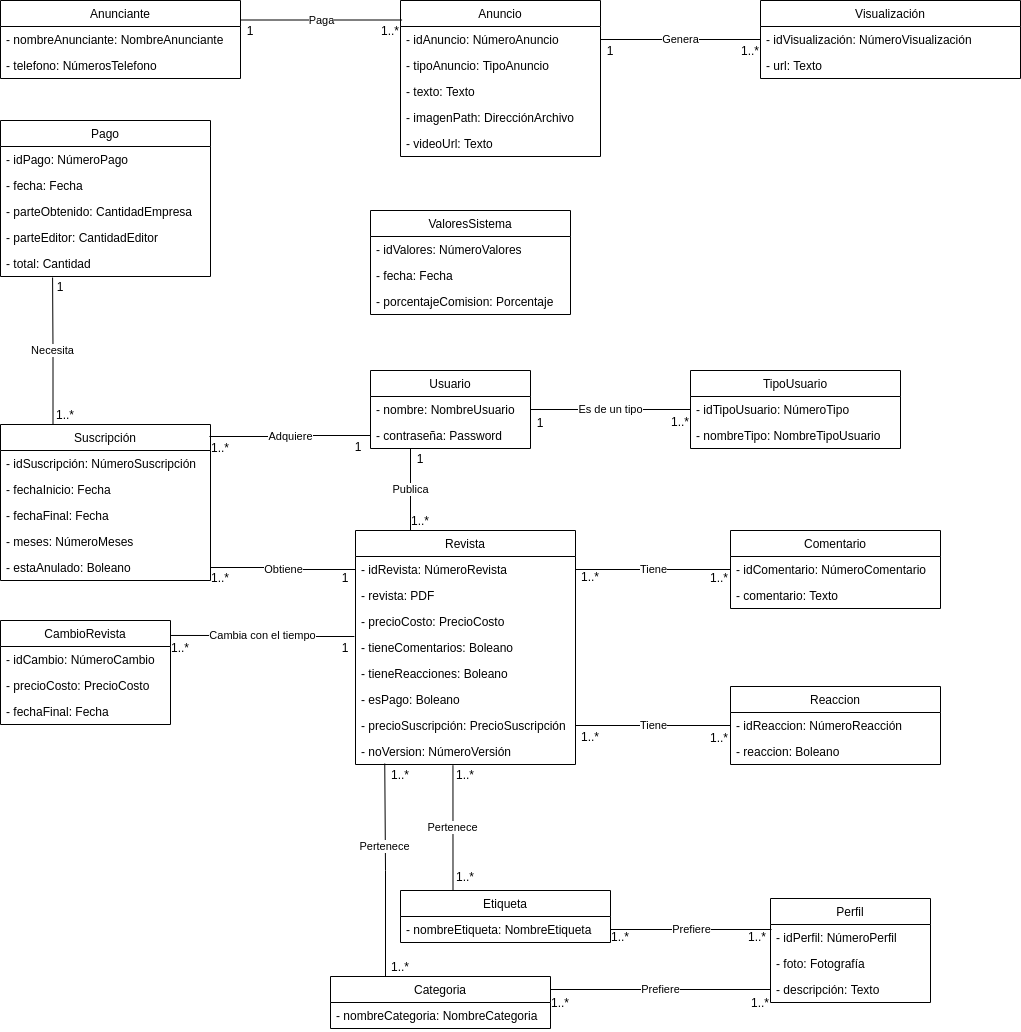
Above: Documentación/ModeloConceptual.drawio.png in Aguare/ProyectoAngular (draw.io), before the change. Source tidied: cells renumbered, new cells last; positions are measured from the earlier drawing's top-left corner, leaving out a move shared by most shapes.
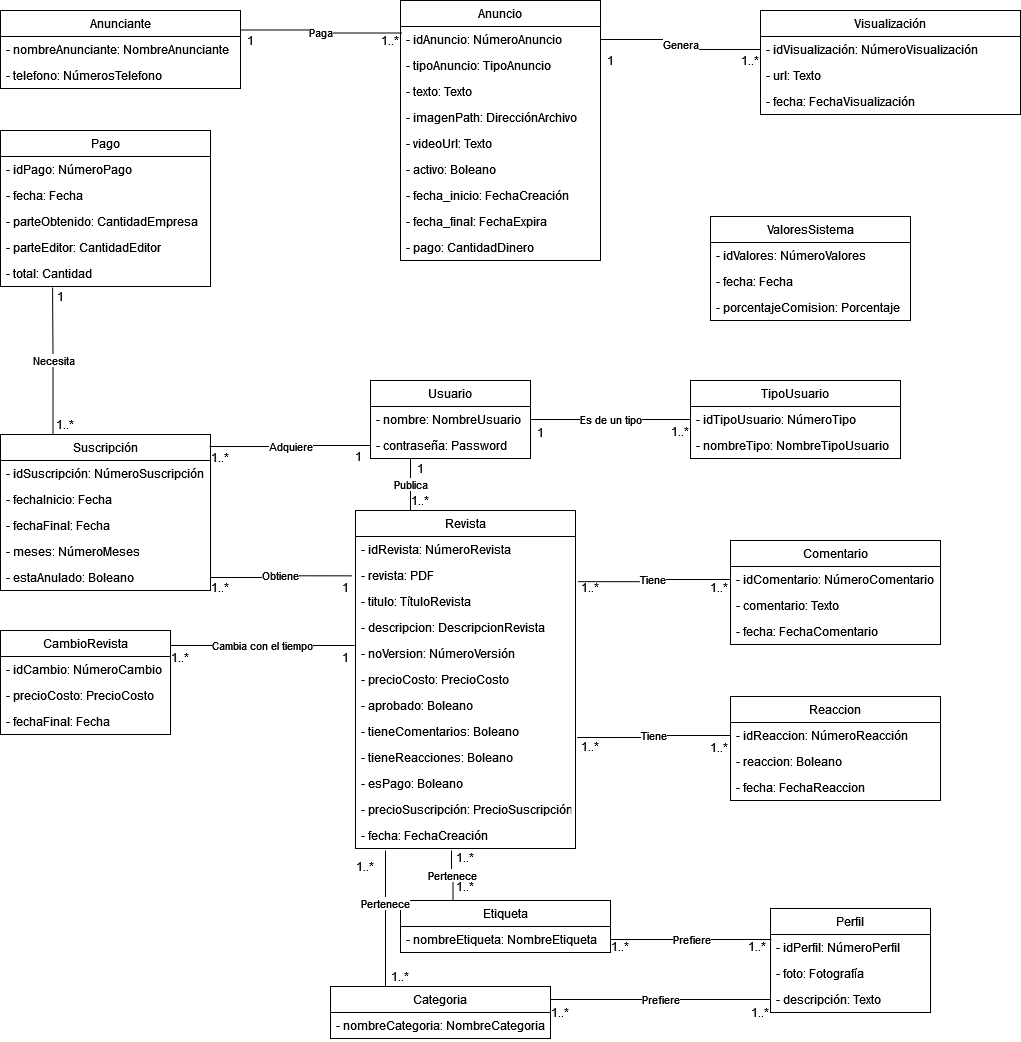
After the commit.

Diff of the diagram source:
```diff
@@ -77,8 +77,10 @@
     <mxCell id="26" value="- total: Cantidad" style="text;strokeColor=none;fillColor=none;align=left;verticalAlign=top;spacingLeft=4;spacingRight=4;overflow=hidden;points=[[0,0.5],[1,0.5]];portConstraint=eastwest;" parent="21" vertex="1">
       <mxGeometry y="130" width="210" height="26" as="geometry" />
     </mxCell>
-    <mxCell id="27" value="Pertenece" style="edgeStyle=orthogonalEdgeStyle;rounded=0;jettySize=auto;html=1;exitX=0.25;exitY=0;exitDx=0;exitDy=0;entryX=0.443;entryY=1.026;entryDx=0;entryDy=0;entryPerimeter=0;endArrow=none;endFill=0;" parent="1" edge="1" source="29" target="53">
-      <mxGeometry relative="1" as="geometry" />
+    <mxCell id="27" value="Pertenece" style="edgeStyle=orthogonalEdgeStyle;rounded=0;jettySize=auto;html=1;exitX=0.25;exitY=0;exitDx=0;exitDy=0;endArrow=none;endFill=0;" parent="1" edge="1" source="29">
+      <mxGeometry relative="1" as="geometry">
+        <mxPoint x="451" y="840" as="targetPoint" />
+      </mxGeometry>
     </mxCell>
     <mxCell id="28" value="Prefiere" style="edgeStyle=orthogonalEdgeStyle;rounded=0;jettySize=auto;html=1;exitX=1;exitY=0.75;exitDx=0;exitDy=0;endArrow=none;endFill=0;" parent="1" edge="1" source="29">
       <mxGeometry relative="1" as="geometry">
@@ -91,8 +93,10 @@
     <mxCell id="30" value="- nombreEtiqueta: NombreEtiqueta" style="text;strokeColor=none;fillColor=none;align=left;verticalAlign=top;spacingLeft=4;spacingRight=4;overflow=hidden;" parent="29" vertex="1">
       <mxGeometry y="26" width="210" height="26" as="geometry" />
     </mxCell>
-    <mxCell id="31" value="Pertenece" style="edgeStyle=orthogonalEdgeStyle;rounded=0;jettySize=auto;html=1;exitX=0.25;exitY=0;exitDx=0;exitDy=0;entryX=0.133;entryY=0.962;entryDx=0;entryDy=0;entryPerimeter=0;endArrow=none;endFill=0;" parent="1" edge="1" source="33" target="53">
-      <mxGeometry x="0.22" relative="1" as="geometry" />
+    <mxCell id="31" value="Pertenece" style="edgeStyle=orthogonalEdgeStyle;rounded=0;jettySize=auto;html=1;exitX=0.25;exitY=0;exitDx=0;exitDy=0;endArrow=none;endFill=0;" parent="1" edge="1" source="33">
+      <mxGeometry x="0.22" relative="1" as="geometry">
+        <mxPoint x="385" y="840" as="targetPoint" />
+      </mxGeometry>
     </mxCell>
     <mxCell id="32" value="Prefiere" style="edgeStyle=orthogonalEdgeStyle;rounded=0;jettySize=auto;html=1;exitX=1;exitY=0.25;exitDx=0;exitDy=0;entryX=0;entryY=0.5;entryDx=0;entryDy=0;endArrow=none;endFill=0;" parent="1" edge="1" source="33" target="12">
       <mxGeometry relative="1" as="geometry" />
@@ -104,7 +108,7 @@
       <mxGeometry y="26" width="220" height="26" as="geometry" />
     </mxCell>
     <mxCell id="35" value="Comentario" style="swimlane;fontStyle=0;horizontal=1;startSize=26;fillColor=none;" parent="1" vertex="1">
-      <mxGeometry x="730" y="530" width="210" height="78" as="geometry" />
+      <mxGeometry x="730" y="530" width="210" height="104" as="geometry" />
     </mxCell>
     <mxCell id="36" value="- idComentario: NúmeroComentario" style="text;strokeColor=none;fillColor=none;align=left;verticalAlign=top;spacingLeft=4;spacingRight=4;overflow=hidden;points=[[0,0.5],[1,0.5]];portConstraint=eastwest;" parent="35" vertex="1">
       <mxGeometry y="26" width="210" height="26" as="geometry" />
@@ -112,8 +116,11 @@
     <mxCell id="37" value="- comentario: Texto" style="text;strokeColor=none;fillColor=none;align=left;verticalAlign=top;spacingLeft=4;spacingRight=4;overflow=hidden;" parent="35" vertex="1">
       <mxGeometry y="52" width="210" height="26" as="geometry" />
     </mxCell>
+    <mxCell id="105" value="- fecha: FechaComentario" style="text;strokeColor=none;fillColor=none;align=left;verticalAlign=top;spacingLeft=4;spacingRight=4;overflow=hidden;" parent="35" vertex="1">
+      <mxGeometry y="78" width="210" height="26" as="geometry" />
+    </mxCell>
     <mxCell id="38" value="Reaccion" style="swimlane;fontStyle=0;horizontal=1;startSize=26;fillColor=none;" parent="1" vertex="1">
-      <mxGeometry x="730" y="686" width="210" height="78" as="geometry" />
+      <mxGeometry x="730" y="686" width="210" height="104" as="geometry" />
     </mxCell>
     <mxCell id="39" value="- idReaccion: NúmeroReacción" style="text;strokeColor=none;fillColor=none;align=left;verticalAlign=top;spacingLeft=4;spacingRight=4;overflow=hidden;points=[[0,0.5],[1,0.5]];portConstraint=eastwest;" parent="38" vertex="1">
       <mxGeometry y="26" width="210" height="26" as="geometry" />
@@ -121,6 +128,9 @@
     <mxCell id="40" value="- reaccion: Boleano" style="text;strokeColor=none;fillColor=none;align=left;verticalAlign=top;spacingLeft=4;spacingRight=4;overflow=hidden;" parent="38" vertex="1">
       <mxGeometry y="52" width="210" height="26" as="geometry" />
     </mxCell>
+    <mxCell id="106" value="- fecha: FechaReaccion" style="text;strokeColor=none;fillColor=none;align=left;verticalAlign=top;spacingLeft=4;spacingRight=4;overflow=hidden;" parent="38" vertex="1">
+      <mxGeometry y="78" width="210" height="26" as="geometry" />
+    </mxCell>
     <mxCell id="41" value="CambioRevista" style="swimlane;fontStyle=0;horizontal=1;startSize=26;fillColor=none;" parent="1" vertex="1">
       <mxGeometry y="620" width="170" height="104" as="geometry" />
     </mxCell>
@@ -134,7 +144,7 @@
       <mxGeometry y="78" width="170" height="26" as="geometry" />
     </mxCell>
     <mxCell id="45" value="Revista" style="swimlane;fontStyle=0;horizontal=1;startSize=26;fillColor=none;" parent="1" vertex="1">
-      <mxGeometry x="355" y="530" width="220" height="234" as="geometry" />
+      <mxGeometry x="355" y="500" width="220" height="338" as="geometry" />
     </mxCell>
     <mxCell id="46" value="- idRevista: NúmeroRevista" style="text;strokeColor=none;fillColor=none;align=left;verticalAlign=top;spacingLeft=4;spacingRight=4;overflow=hidden;points=[[0,0.5],[1,0.5]];portConstraint=eastwest;" parent="45" vertex="1">
       <mxGeometry y="26" width="220" height="26" as="geometry" />
@@ -142,26 +152,38 @@
     <mxCell id="47" value="- revista: PDF" style="text;strokeColor=none;fillColor=none;align=left;verticalAlign=top;spacingLeft=4;spacingRight=4;overflow=hidden;points=[[0,0.5],[1,0.5]];portConstraint=eastwest;" parent="45" vertex="1">
       <mxGeometry y="52" width="220" height="26" as="geometry" />
     </mxCell>
+    <mxCell id="107" value="- titulo: TítuloRevista" style="text;strokeColor=none;fillColor=none;align=left;verticalAlign=top;spacingLeft=4;spacingRight=4;overflow=hidden;" parent="45" vertex="1">
+      <mxGeometry y="78" width="220" height="26" as="geometry" />
+    </mxCell>
+    <mxCell id="108" value="- descripcion: DescripcionRevista" style="text;strokeColor=none;fillColor=none;align=left;verticalAlign=top;spacingLeft=4;spacingRight=4;overflow=hidden;" parent="45" vertex="1">
+      <mxGeometry y="104" width="220" height="26" as="geometry" />
+    </mxCell>
+    <mxCell id="53" value="- noVersion: NúmeroVersión" style="text;strokeColor=none;fillColor=none;align=left;verticalAlign=top;spacingLeft=4;spacingRight=4;overflow=hidden;points=[[0,0.5],[1,0.5]];portConstraint=eastwest;" parent="45" vertex="1">
+      <mxGeometry y="130" width="220" height="26" as="geometry" />
+    </mxCell>
     <mxCell id="48" value="- precioCosto: PrecioCosto" style="text;strokeColor=none;fillColor=none;align=left;verticalAlign=top;spacingLeft=4;spacingRight=4;overflow=hidden;" parent="45" vertex="1">
-      <mxGeometry y="78" width="220" height="26" as="geometry" />
+      <mxGeometry y="156" width="220" height="26" as="geometry" />
     </mxCell>
+    <mxCell id="109" value="- aprobado: Boleano" style="text;strokeColor=none;fillColor=none;align=left;verticalAlign=top;spacingLeft=4;spacingRight=4;overflow=hidden;" parent="45" vertex="1">
+      <mxGeometry y="182" width="220" height="26" as="geometry" />
+    </mxCell>
     <mxCell id="49" value="- tieneComentarios: Boleano" style="text;strokeColor=none;fillColor=none;align=left;verticalAlign=top;spacingLeft=4;spacingRight=4;overflow=hidden;points=[[0,0.5],[1,0.5]];portConstraint=eastwest;" parent="45" vertex="1">
-      <mxGeometry y="104" width="220" height="26" as="geometry" />
+      <mxGeometry y="208" width="220" height="26" as="geometry" />
     </mxCell>
     <mxCell id="50" value="- tieneReacciones: Boleano" style="text;strokeColor=none;fillColor=none;align=left;verticalAlign=top;spacingLeft=4;spacingRight=4;overflow=hidden;" parent="45" vertex="1">
-      <mxGeometry y="130" width="220" height="26" as="geometry" />
+      <mxGeometry y="234" width="220" height="26" as="geometry" />
     </mxCell>
     <mxCell id="51" value="- esPago: Boleano" style="text;strokeColor=none;fillColor=none;align=left;verticalAlign=top;spacingLeft=4;spacingRight=4;overflow=hidden;" parent="45" vertex="1">
-      <mxGeometry y="156" width="220" height="26" as="geometry" />
+      <mxGeometry y="260" width="220" height="26" as="geometry" />
     </mxCell>
     <mxCell id="52" value="- precioSuscripción: PrecioSuscripción" style="text;strokeColor=none;fillColor=none;align=left;verticalAlign=top;spacingLeft=4;spacingRight=4;overflow=hidden;points=[[0,0.5],[1,0.5]];portConstraint=eastwest;" parent="45" vertex="1">
-      <mxGeometry y="182" width="220" height="26" as="geometry" />
+      <mxGeometry y="286" width="220" height="26" as="geometry" />
     </mxCell>
-    <mxCell id="53" value="- noVersion: NúmeroVersión" style="text;strokeColor=none;fillColor=none;align=left;verticalAlign=top;spacingLeft=4;spacingRight=4;overflow=hidden;points=[[0,0.5],[1,0.5]];portConstraint=eastwest;" parent="45" vertex="1">
-      <mxGeometry y="208" width="220" height="26" as="geometry" />
-    </mxCell>
+    <mxCell id="110" value="- fecha: FechaCreación" style="text;strokeColor=none;fillColor=none;align=left;verticalAlign=top;spacingLeft=4;spacingRight=4;overflow=hidden;" parent="45" vertex="1">
+      <mxGeometry y="312" width="220" height="26" as="geometry" />
+    </mxCell>
     <mxCell id="54" value="Visualización" style="swimlane;fontStyle=0;horizontal=1;startSize=26;fillColor=none;" parent="1" vertex="1">
-      <mxGeometry x="760" width="260" height="78" as="geometry" />
+      <mxGeometry x="760" width="260" height="104" as="geometry" />
     </mxCell>
     <mxCell id="55" value="- idVisualización: NúmeroVisualización" style="text;strokeColor=none;fillColor=none;align=left;verticalAlign=top;spacingLeft=4;spacingRight=4;overflow=hidden;points=[[0,0.5],[1,0.5]];portConstraint=eastwest;" parent="54" vertex="1">
       <mxGeometry y="26" width="260" height="26" as="geometry" />
@@ -169,8 +191,11 @@
     <mxCell id="56" value="- url: Texto" style="text;strokeColor=none;fillColor=none;align=left;verticalAlign=top;spacingLeft=4;spacingRight=4;overflow=hidden;" parent="54" vertex="1">
       <mxGeometry y="52" width="260" height="26" as="geometry" />
     </mxCell>
+    <mxCell id="111" value="- fecha: FechaVisualización" style="text;strokeColor=none;fillColor=none;align=left;verticalAlign=top;spacingLeft=4;spacingRight=4;overflow=hidden;" parent="54" vertex="1">
+      <mxGeometry y="78" width="260" height="26" as="geometry" />
+    </mxCell>
     <mxCell id="57" value="ValoresSistema" style="swimlane;fontStyle=0;horizontal=1;startSize=26;fillColor=none;" parent="1" vertex="1">
-      <mxGeometry x="370" y="210" width="200" height="104" as="geometry" />
+      <mxGeometry x="710" y="206" width="200" height="104" as="geometry" />
     </mxCell>
     <mxCell id="58" value="- idValores: NúmeroValores" style="text;strokeColor=none;fillColor=none;align=left;verticalAlign=top;spacingLeft=4;spacingRight=4;overflow=hidden;" parent="57" vertex="1">
       <mxGeometry y="26" width="200" height="26" as="geometry" />
@@ -182,7 +207,7 @@
       <mxGeometry y="78" width="200" height="26" as="geometry" />
     </mxCell>
     <mxCell id="61" value="Anuncio" style="swimlane;fontStyle=0;horizontal=1;startSize=26;fillColor=none;" parent="1" vertex="1">
-      <mxGeometry x="400" width="200" height="156" as="geometry" />
+      <mxGeometry x="400" y="-10" width="200" height="260" as="geometry" />
     </mxCell>
     <mxCell id="62" value="- idAnuncio: NúmeroAnuncio" style="text;strokeColor=none;fillColor=none;align=left;verticalAlign=top;spacingLeft=4;spacingRight=4;overflow=hidden;points=[[0,0.5],[1,0.5]];portConstraint=eastwest;" parent="61" vertex="1">
       <mxGeometry y="26" width="200" height="26" as="geometry" />
@@ -199,6 +224,18 @@
     <mxCell id="66" value="- videoUrl: Texto" style="text;strokeColor=none;fillColor=none;align=left;verticalAlign=top;spacingLeft=4;spacingRight=4;overflow=hidden;" parent="61" vertex="1">
       <mxGeometry y="130" width="200" height="26" as="geometry" />
     </mxCell>
+    <mxCell id="112" value="- activo: Boleano" style="text;strokeColor=none;fillColor=none;align=left;verticalAlign=top;spacingLeft=4;spacingRight=4;overflow=hidden;" parent="61" vertex="1">
+      <mxGeometry y="156" width="200" height="26" as="geometry" />
+    </mxCell>
+    <mxCell id="113" value="- fecha_inicio: FechaCreación" style="text;strokeColor=none;fillColor=none;align=left;verticalAlign=top;spacingLeft=4;spacingRight=4;overflow=hidden;" parent="61" vertex="1">
+      <mxGeometry y="182" width="200" height="26" as="geometry" />
+    </mxCell>
+    <mxCell id="114" value="- fecha_final: FechaExpira" style="text;strokeColor=none;fillColor=none;align=left;verticalAlign=top;spacingLeft=4;spacingRight=4;overflow=hidden;" parent="61" vertex="1">
+      <mxGeometry y="208" width="200" height="26" as="geometry" />
+    </mxCell>
+    <mxCell id="115" value="- pago: CantidadDinero" style="text;strokeColor=none;fillColor=none;align=left;verticalAlign=top;spacingLeft=4;spacingRight=4;overflow=hidden;" parent="61" vertex="1">
+      <mxGeometry y="234" width="200" height="26" as="geometry" />
+    </mxCell>
     <mxCell id="67" value="Paga" style="edgeStyle=orthogonalEdgeStyle;rounded=0;jettySize=auto;html=1;exitX=1;exitY=0.25;exitDx=0;exitDy=0;entryX=0.008;entryY=0.125;entryDx=0;entryDy=0;entryPerimeter=0;endArrow=none;endFill=0;" parent="1" edge="1" source="68" target="61">
       <mxGeometry relative="1" as="geometry" />
     </mxCell>
@@ -220,14 +257,14 @@
     <mxCell id="73" value="1..*" style="text;align=center;fontStyle=0;verticalAlign=middle;spacingLeft=3;spacingRight=3;strokeColor=none;" parent="1" vertex="1">
       <mxGeometry x="670" y="411" width="20" height="20" as="geometry" />
     </mxCell>
-    <mxCell id="74" value="Tiene" style="edgeStyle=orthogonalEdgeStyle;rounded=0;jettySize=auto;html=1;exitX=1;exitY=0.5;exitDx=0;exitDy=0;entryX=0;entryY=0.5;entryDx=0;entryDy=0;endArrow=none;endFill=0;" parent="1" edge="1" source="46" target="36">
+    <mxCell id="74" value="Tiene" style="edgeStyle=orthogonalEdgeStyle;rounded=0;jettySize=auto;html=1;exitX=1.011;exitY=0.737;exitDx=0;exitDy=0;entryX=0;entryY=0.5;entryDx=0;entryDy=0;endArrow=none;endFill=0;exitPerimeter=0;" parent="1" edge="1" source="47" target="36">
       <mxGeometry relative="1" as="geometry" />
     </mxCell>
-    <mxCell id="75" value="Tiene" style="edgeStyle=orthogonalEdgeStyle;rounded=0;jettySize=auto;html=1;exitX=1;exitY=0.5;exitDx=0;exitDy=0;entryX=0;entryY=0.5;entryDx=0;entryDy=0;endArrow=none;endFill=0;" parent="1" edge="1" source="52" target="39">
+    <mxCell id="75" value="Tiene" style="edgeStyle=orthogonalEdgeStyle;rounded=0;jettySize=auto;html=1;exitX=1.008;exitY=0.731;exitDx=0;exitDy=0;entryX=0;entryY=0.5;entryDx=0;entryDy=0;endArrow=none;endFill=0;exitPerimeter=0;" parent="1" edge="1" source="49" target="39">
       <mxGeometry relative="1" as="geometry" />
     </mxCell>
     <mxCell id="76" value="1..*" style="text;align=center;fontStyle=0;verticalAlign=middle;spacingLeft=3;spacingRight=3;strokeColor=none;" parent="1" vertex="1">
-      <mxGeometry x="580" y="566" width="20" height="20" as="geometry" />
+      <mxGeometry x="580" y="567" width="20" height="20" as="geometry" />
     </mxCell>
     <mxCell id="77" value="1..*" style="text;align=center;fontStyle=0;verticalAlign=middle;spacingLeft=3;spacingRight=3;strokeColor=none;" parent="1" vertex="1">
       <mxGeometry x="709" y="567" width="20" height="20" as="geometry" />
@@ -242,16 +279,16 @@
       <mxGeometry x="410" y="448" width="20" height="20" as="geometry" />
     </mxCell>
     <mxCell id="81" value="1..*" style="text;align=center;fontStyle=0;verticalAlign=middle;spacingLeft=3;spacingRight=3;strokeColor=none;" parent="1" vertex="1">
-      <mxGeometry x="410" y="510" width="20" height="20" as="geometry" />
+      <mxGeometry x="410" y="480" width="20" height="20" as="geometry" />
     </mxCell>
     <mxCell id="82" value="1..*" style="text;align=center;fontStyle=0;verticalAlign=middle;spacingLeft=3;spacingRight=3;strokeColor=none;" parent="1" vertex="1">
-      <mxGeometry x="390" y="764" width="20" height="20" as="geometry" />
+      <mxGeometry x="355" y="846" width="20" height="20" as="geometry" />
     </mxCell>
     <mxCell id="83" value="1..*" style="text;align=center;fontStyle=0;verticalAlign=middle;spacingLeft=3;spacingRight=3;strokeColor=none;" parent="1" vertex="1">
       <mxGeometry x="455" y="866" width="20" height="20" as="geometry" />
     </mxCell>
     <mxCell id="84" value="1..*" style="text;align=center;fontStyle=0;verticalAlign=middle;spacingLeft=3;spacingRight=3;strokeColor=none;" parent="1" vertex="1">
-      <mxGeometry x="455" y="764" width="20" height="20" as="geometry" />
+      <mxGeometry x="455" y="837" width="20" height="20" as="geometry" />
     </mxCell>
     <mxCell id="85" value="1..*" style="text;align=center;fontStyle=0;verticalAlign=middle;spacingLeft=3;spacingRight=3;strokeColor=none;" parent="1" vertex="1">
       <mxGeometry x="390" y="956" width="20" height="20" as="geometry" />
@@ -283,8 +320,13 @@
     <mxCell id="94" value="1..*" style="text;align=center;fontStyle=0;verticalAlign=middle;spacingLeft=3;spacingRight=3;strokeColor=none;" parent="1" vertex="1">
       <mxGeometry x="740" y="40" width="20" height="20" as="geometry" />
     </mxCell>
-    <mxCell id="95" value="Cambia con el tiempo" style="edgeStyle=orthogonalEdgeStyle;rounded=0;jettySize=auto;html=1;exitX=1;exitY=0.144;exitDx=0;exitDy=0;entryX=-0.005;entryY=0.077;entryDx=0;entryDy=0;endArrow=none;endFill=0;exitPerimeter=0;entryPerimeter=0;" parent="1" edge="1" source="41" target="49">
-      <mxGeometry relative="1" as="geometry" />
+    <mxCell id="95" value="Cambia con el tiempo" style="edgeStyle=orthogonalEdgeStyle;rounded=0;jettySize=auto;html=1;exitX=1;exitY=0.144;exitDx=0;exitDy=0;endArrow=none;endFill=0;exitPerimeter=0;" parent="1" edge="1" source="41">
+      <mxGeometry relative="1" as="geometry">
+        <mxPoint x="354" y="635" as="targetPoint" />
+        <Array as="points">
+          <mxPoint x="354" y="635" />
+        </Array>
+      </mxGeometry>
     </mxCell>
     <mxCell id="96" value="1" style="text;align=center;fontStyle=0;verticalAlign=middle;spacingLeft=3;spacingRight=3;strokeColor=none;" parent="1" vertex="1">
       <mxGeometry x="348" y="436" width="20" height="20" as="geometry" />
@@ -298,7 +340,7 @@
     <mxCell id="99" value="1..*" style="text;align=center;fontStyle=0;verticalAlign=middle;spacingLeft=3;spacingRight=3;strokeColor=none;" parent="1" vertex="1">
       <mxGeometry x="210" y="437" width="20" height="20" as="geometry" />
     </mxCell>
-    <mxCell id="100" value="Obtiene" style="edgeStyle=orthogonalEdgeStyle;rounded=0;jettySize=auto;html=1;exitX=1;exitY=0.5;exitDx=0;exitDy=0;entryX=0;entryY=0.5;entryDx=0;entryDy=0;endArrow=none;endFill=0;" parent="1" edge="1" source="20" target="46">
+    <mxCell id="100" value="Obtiene" style="edgeStyle=orthogonalEdgeStyle;rounded=0;jettySize=auto;html=1;exitX=1;exitY=0.5;exitDx=0;exitDy=0;entryX=0.833;entryY=-0.083;entryDx=0;entryDy=0;endArrow=none;endFill=0;entryPerimeter=0;" parent="1" edge="1" source="20" target="102">
       <mxGeometry relative="1" as="geometry" />
     </mxCell>
     <mxCell id="101" value="1..*" style="text;align=center;fontStyle=0;verticalAlign=middle;spacingLeft=3;spacingRight=3;strokeColor=none;" parent="1" vertex="1">
```
